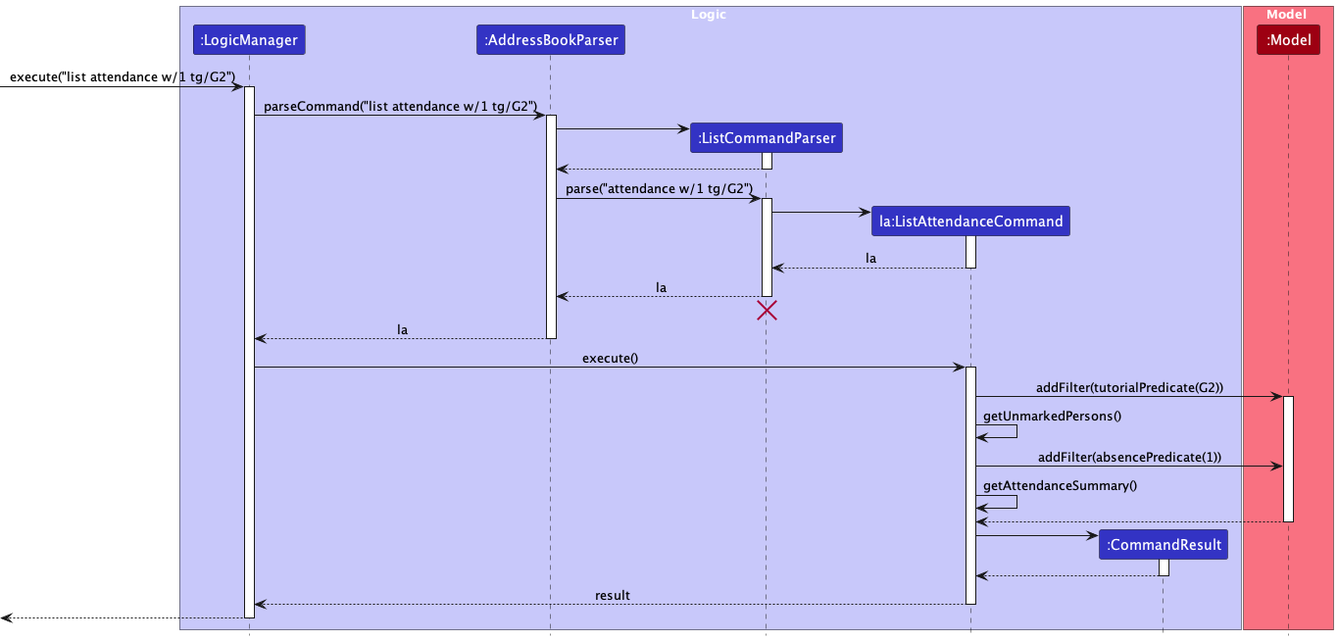
Before: docs/images/ListAttendanceSeqDiagram.png, a diagram exported from PlantUML (nus-cs2103-AY2324S1/tp).
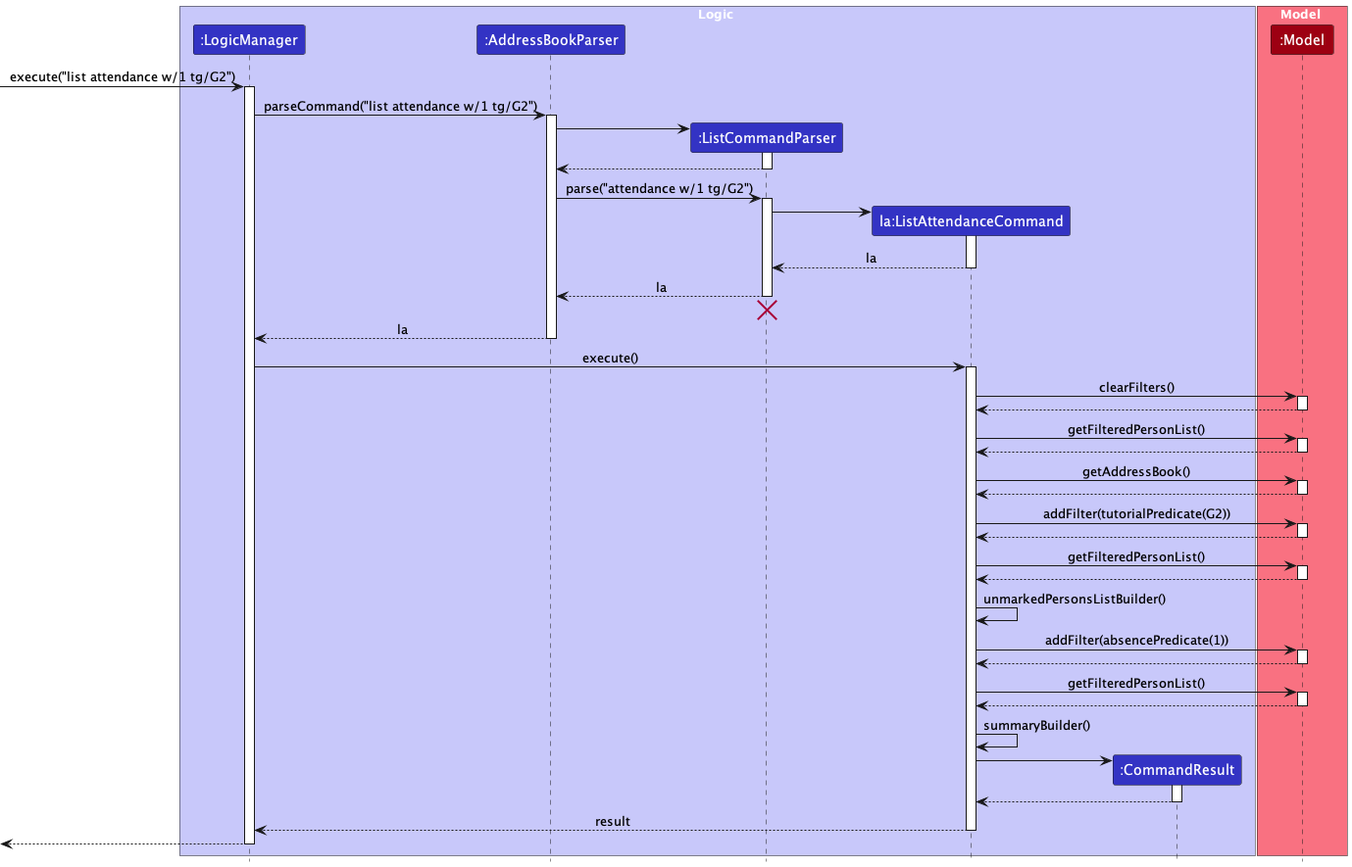
The same file after the commit.

Change to the diagram source:
```diff
@@ -48,17 +48,44 @@
 LogicManager -> ListAttendanceCommand : execute()
 activate ListAttendanceCommand
 
+ListAttendanceCommand -> Model : clearFilters()
+activate Model
+Model --> ListAttendanceCommand
+deactivate Model
+
+ListAttendanceCommand -> Model : getFilteredPersonList()
+activate Model
+Model --> ListAttendanceCommand
+deactivate Model
+
+ListAttendanceCommand -> Model : getAddressBook()
+activate Model
+Model --> ListAttendanceCommand
+deactivate Model
+
 ListAttendanceCommand -> Model : addFilter(tutorialPredicate(G2))
 activate Model
+Model --> ListAttendanceCommand
+deactivate Model
 
-ListAttendanceCommand -> ListAttendanceCommand : getUnmarkedPersons()
+ListAttendanceCommand -> Model : getFilteredPersonList()
+activate Model
+Model --> ListAttendanceCommand
+deactivate Model
+
+ListAttendanceCommand -> ListAttendanceCommand : unmarkedPersonsListBuilder()
 
 ListAttendanceCommand -> Model : addFilter(absencePredicate(1))
-
-ListAttendanceCommand -> ListAttendanceCommand : getAttendanceSummary()
-
+activate Model
 Model --> ListAttendanceCommand
 deactivate Model
+
+ListAttendanceCommand -> Model : getFilteredPersonList()
+activate Model
+Model --> ListAttendanceCommand
+deactivate Model
+
+ListAttendanceCommand -> ListAttendanceCommand : summaryBuilder()
 
 create CommandResult
 ListAttendanceCommand -> CommandResult
```
